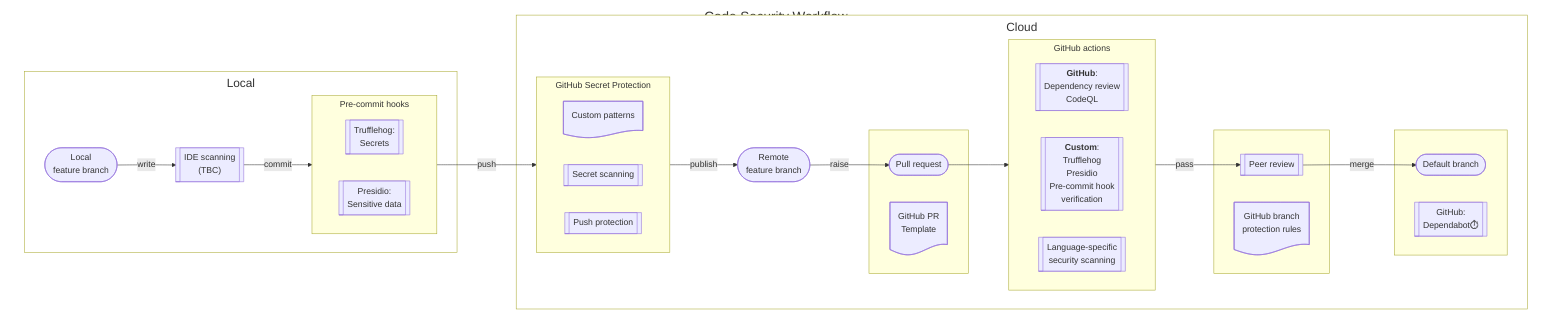
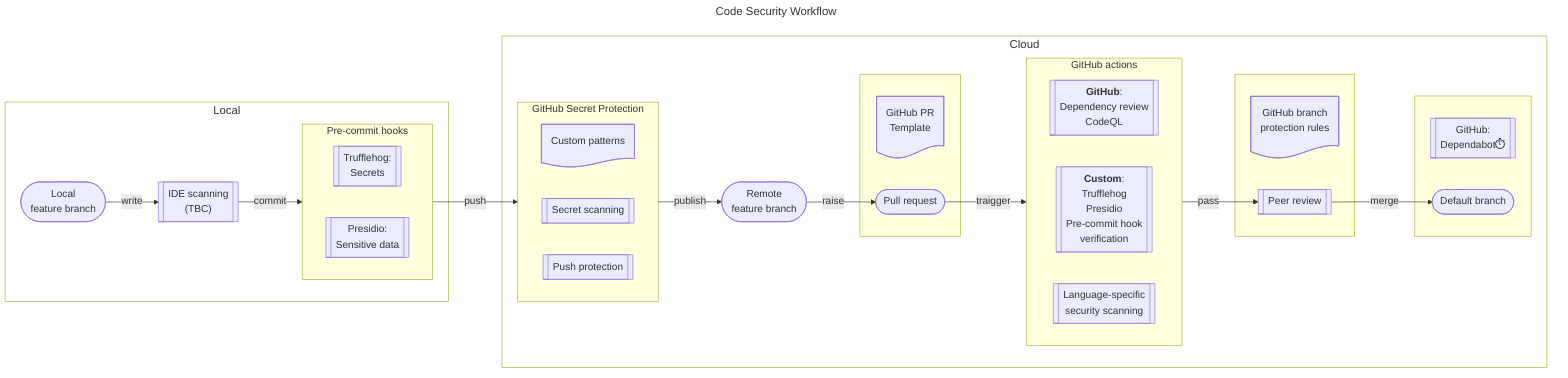
- %%{
-   init: {
-     'flowchart': {
-       'subGraphTitleMargin': { 'top': 5, 'bottom': 5 }
-     }
-   }
- }%%
- flowchart
+ ---
+ title: Code Security Workflow
+ ---
+ flowchart LR
 subgraph PCH["Pre-commit hooks"]
      direction LR
        C[["Trufflehog: <br> Secrets"]]
        D[["Presidio: <br> Sensitive data"]]
  end
 subgraph GHA["GitHub actions"]
    direction LR
        n4[["`**GitHub**: <br> Dependency review <br> CodeQL`"]]
        n6[["`**Custom**: <br>Trufflehog <br> Presidio <br> Pre-commit hook <br>verification`"]]
        n14[["Language-specific <br>security scanning"]]
  end
 subgraph local["Local"]
        A(["Local <br>feature branch"])
        B[["IDE scanning <br> (TBC)"]]
        PCH

  end
 subgraph cloud["Cloud"]
        GHS["GHS"]
        n3(["Remote <br> feature branch"])
        s5["s5"]
        GHA
        s6["s6"]
        s7["s7"]
  end
 subgraph s5[" "]
        n15@{ shape: doc, label: "GitHub PR <br>Template"}
        n9(["Pull request"])
  end
 subgraph s6[" "]
        n11@{ shape: doc, label: "GitHub branch <br>protection rules"}
        n10[["Peer review"]]
  end
 subgraph s7[" "]
        n13[["GitHub: <br>Dependabot⏱️"]]
        n12(["Default branch"])
  end
 subgraph GHS["GitHub Secret Protection"]
      direction LR
        custom@{ shape: doc, label: "Custom patterns"}
        n2[["Secret scanning"]]
        push[["Push protection"]]
  end
-  subgraph WF["Code Security Workflow"]
-       local
-       cloud
-   end

    A -- write --> B
    B -- commit --> PCH
    PCH -- push --> GHS
    GHS --publish--> n3
    GHA --pass--> n10
    n10 -- merge --> n12
    n3 -- raise --> n9
-     n9 --> GHA
+     n9 --traigger--> GHA

-     classDef BiggerTitle font-size:22px,fill:white;
+     classDef BiggerTitle font-size:18px,fill:white;
    class cloud,local BiggerTitle;
-     classDef WFdef font-size:25px,fill:white,stroke:white;
-     class WF WFdef;
